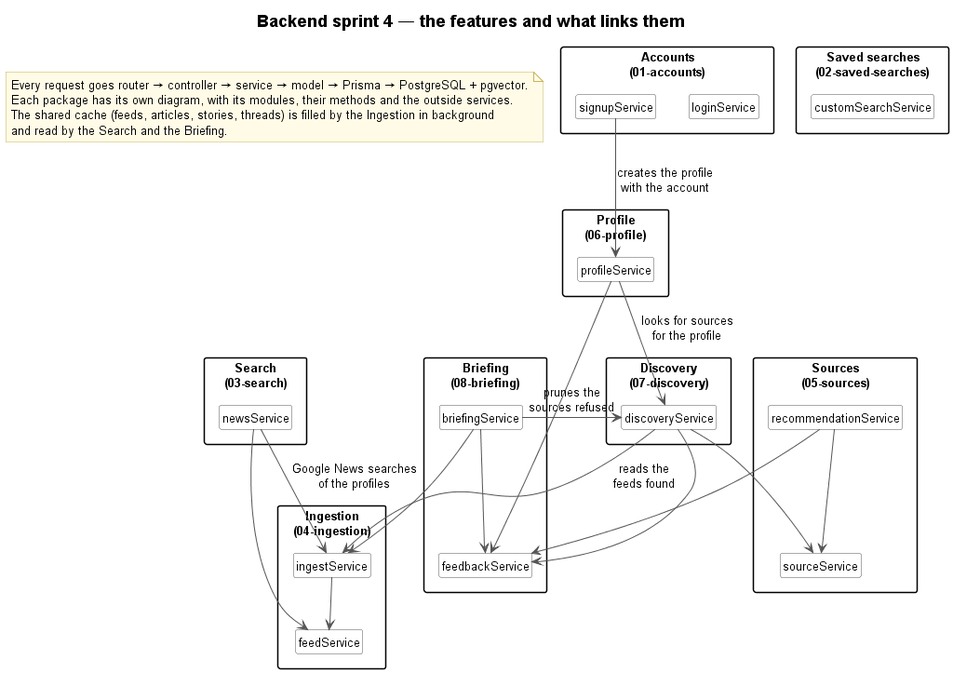
Above: docs/UML/sprint4/00-overview.png in TPI2026-NewsGenerator/NewsGenerator-Backend (PlantUML), before the change. The source it was exported from:
```plantuml
@startuml 00-overview
!include _style.iuml
title Backend sprint 4 — the features and what links them

package "Accounts\n(01-accounts)" as Accounts {
    class loginService
    class signupService
}
package "Saved searches\n(02-saved-searches)" as Saved {
    class customSearchService
}
package "Search\n(03-search)" as Search {
    class newsService
}
package "Ingestion\n(04-ingestion)" as Ingestion {
    class ingestService
    class feedService
}
package "Sources\n(05-sources)" as Sources {
    class sourceService
    class recommendationService
}
package "Profile\n(06-profile)" as Profile {
    class profileService
}
package "Discovery\n(07-discovery)" as Discovery {
    class discoveryService
}
package "Briefing\n(08-briefing)" as Briefing {
    class briefingService
    class feedbackService
}

signupService --> profileService : creates the profile\nwith the account
profileService --> discoveryService : looks for sources\nfor the profile
profileService --> feedbackService
briefingService --> discoveryService : prunes the\nsources refused
briefingService --> feedbackService
briefingService --> ingestService
discoveryService --> sourceService
discoveryService --> ingestService : reads the\nfeeds found
discoveryService --> feedbackService
recommendationService --> feedbackService
recommendationService --> sourceService
newsService --> ingestService : Google News searches\nof the profiles
newsService --> feedService
ingestService --> feedService

note as Legend
    Every request goes router → controller → service → model → Prisma → PostgreSQL + pgvector.
    Each package has its own diagram, with its modules, their methods and the outside services.
    The shared cache (feeds, articles, stories, threads) is filled by the Ingestion in background
    and read by the Search and the Briefing.
end note
@enduml
```
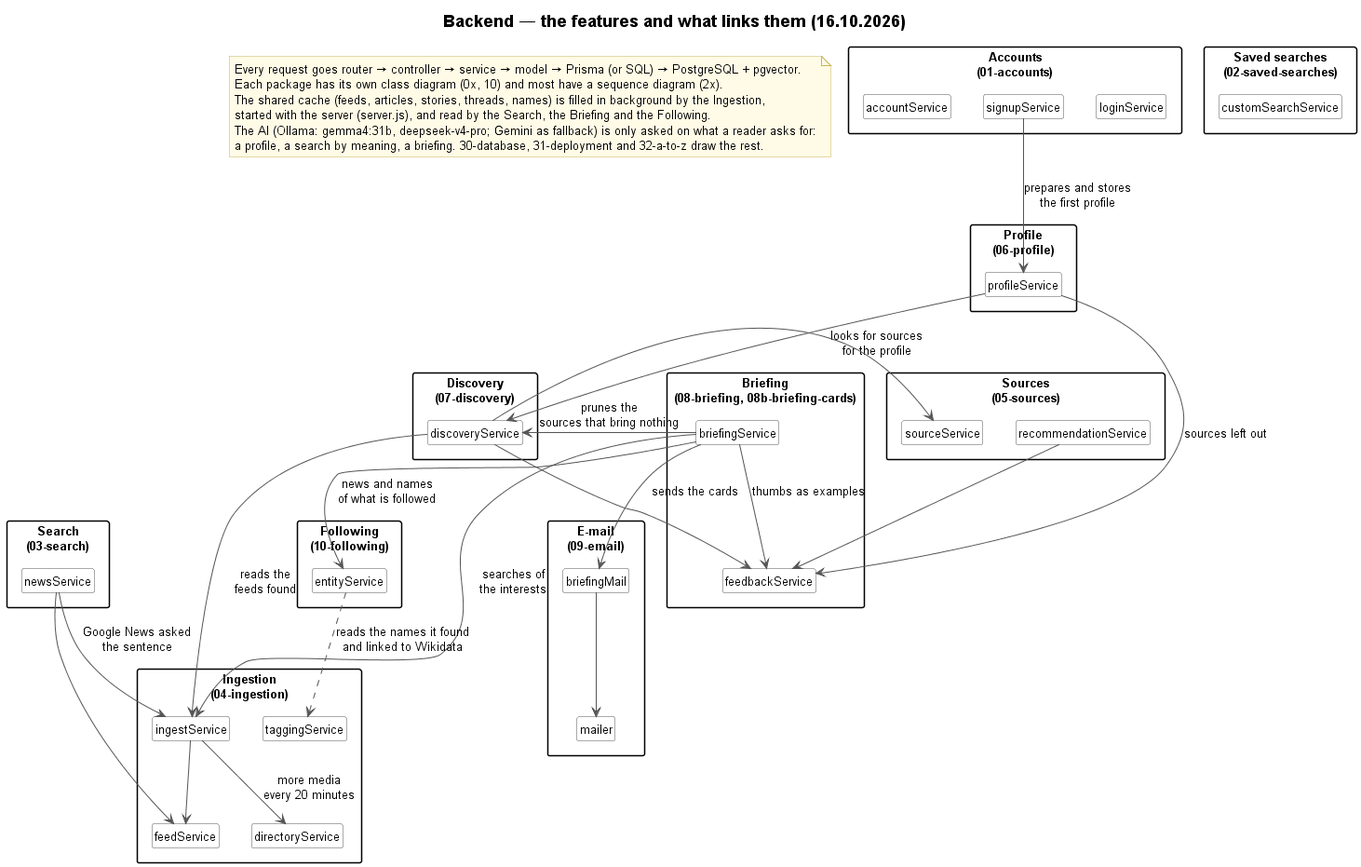
After the change.

What changed in the source:
```diff
@@ -1,10 +1,11 @@
 @startuml 00-overview
 !include _style.iuml
-title Backend sprint 4 — the features and what links them
+title Backend — the features and what links them (16.10.2026)
 
 package "Accounts\n(01-accounts)" as Accounts {
     class loginService
     class signupService
+    class accountService
 }
 package "Saved searches\n(02-saved-searches)" as Saved {
     class customSearchService
@@ -15,6 +16,8 @@
 package "Ingestion\n(04-ingestion)" as Ingestion {
     class ingestService
     class feedService
+    class taggingService
+    class directoryService
 }
 package "Sources\n(05-sources)" as Sources {
     class sourceService
@@ -26,30 +29,43 @@
 package "Discovery\n(07-discovery)" as Discovery {
     class discoveryService
 }
-package "Briefing\n(08-briefing)" as Briefing {
+package "Briefing\n(08-briefing, 08b-briefing-cards)" as Briefing {
     class briefingService
     class feedbackService
 }
+package "E-mail\n(09-email)" as Email {
+    class briefingMail
+    class mailer
+}
+package "Following\n(10-following)" as Following {
+    class entityService
+}
 
-signupService --> profileService : creates the profile\nwith the account
+signupService --> profileService : prepares and stores\nthe first profile
 profileService --> discoveryService : looks for sources\nfor the profile
-profileService --> feedbackService
-briefingService --> discoveryService : prunes the\nsources refused
-briefingService --> feedbackService
-briefingService --> ingestService
+profileService --> feedbackService : sources left out
 discoveryService --> sourceService
 discoveryService --> ingestService : reads the\nfeeds found
 discoveryService --> feedbackService
 recommendationService --> feedbackService
-recommendationService --> sourceService
-newsService --> ingestService : Google News searches\nof the profiles
+briefingService --> discoveryService : prunes the\nsources that bring nothing
+briefingService --> feedbackService : thumbs as examples
+briefingService --> ingestService : searches of\nthe interests
+briefingService --> entityService : news and names\nof what is followed
+briefingService --> briefingMail : sends the cards
+briefingMail --> mailer
+newsService --> ingestService : Google News asked\nthe sentence
 newsService --> feedService
 ingestService --> feedService
+ingestService --> directoryService : more media\nevery 20 minutes
+entityService ..> taggingService : reads the names it found\nand linked to Wikidata
 
 note as Legend
-    Every request goes router → controller → service → model → Prisma → PostgreSQL + pgvector.
-    Each package has its own diagram, with its modules, their methods and the outside services.
-    The shared cache (feeds, articles, stories, threads) is filled by the Ingestion in background
-    and read by the Search and the Briefing.
+    Every request goes router → controller → service → model → Prisma (or SQL) → PostgreSQL + pgvector.
+    Each package has its own class diagram (0x, 10) and most have a sequence diagram (2x).
+    The shared cache (feeds, articles, stories, threads, names) is filled in background by the Ingestion,
+    started with the server (server.js), and read by the Search, the Briefing and the Following.
+    The AI (Ollama: gemma4:31b, deepseek-v4-pro; Gemini as fallback) is only asked on what a reader asks for:
+    a profile, a search by meaning, a briefing. 30-database, 31-deployment and 32-a-to-z draw the rest.
 end note
 @enduml
```
